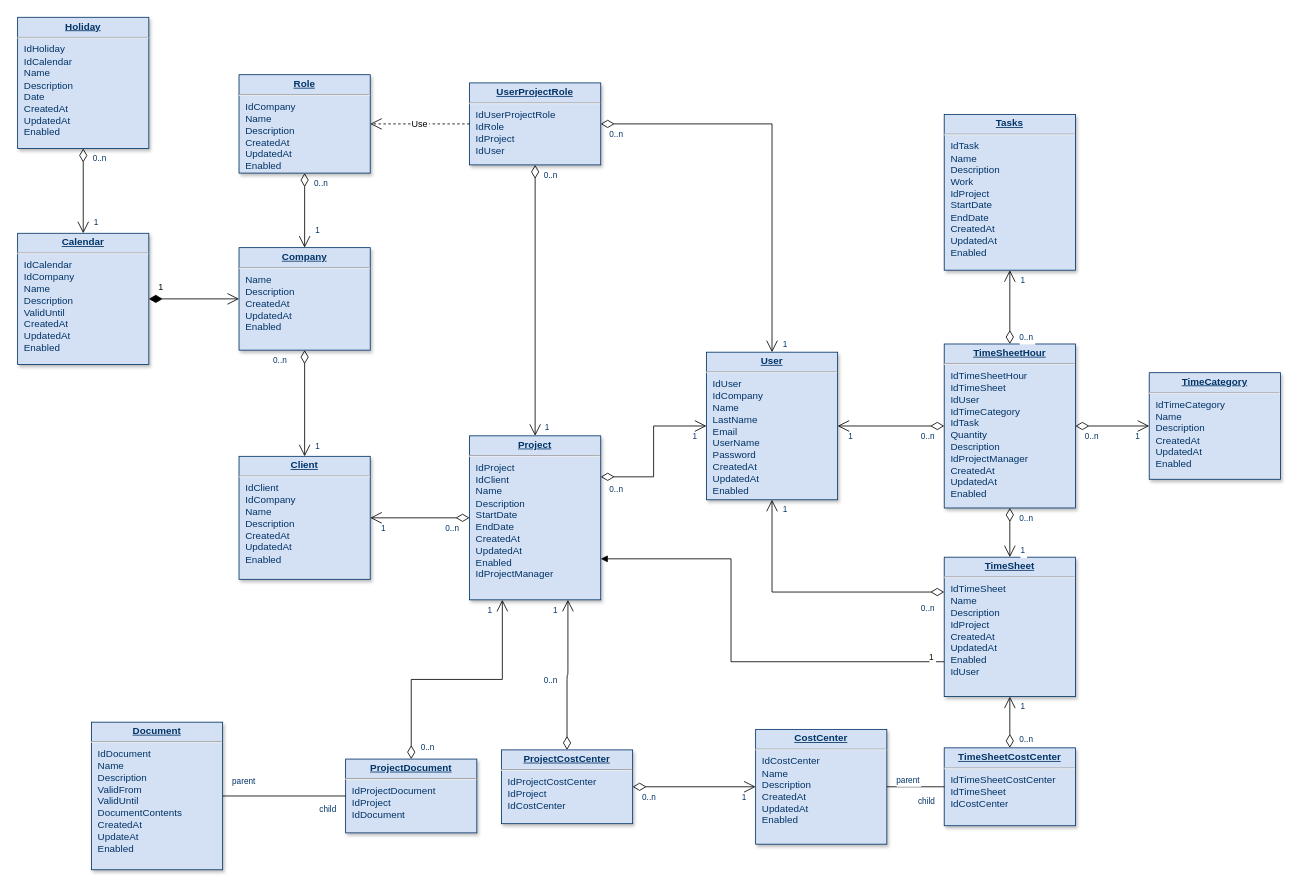
Above: Untitled Diagram.drawio in tomiivazqueznwn12/database_platzi (draw.io), before the change. Source tidied: cells renumbered, new cells numbered last; positions are measured from the earlier drawing's top-left corner, leaving out a move shared by most shapes. Both pictures are drawn from the tidied source at 82%, with x=0, y=0 at pixel (17, 17).
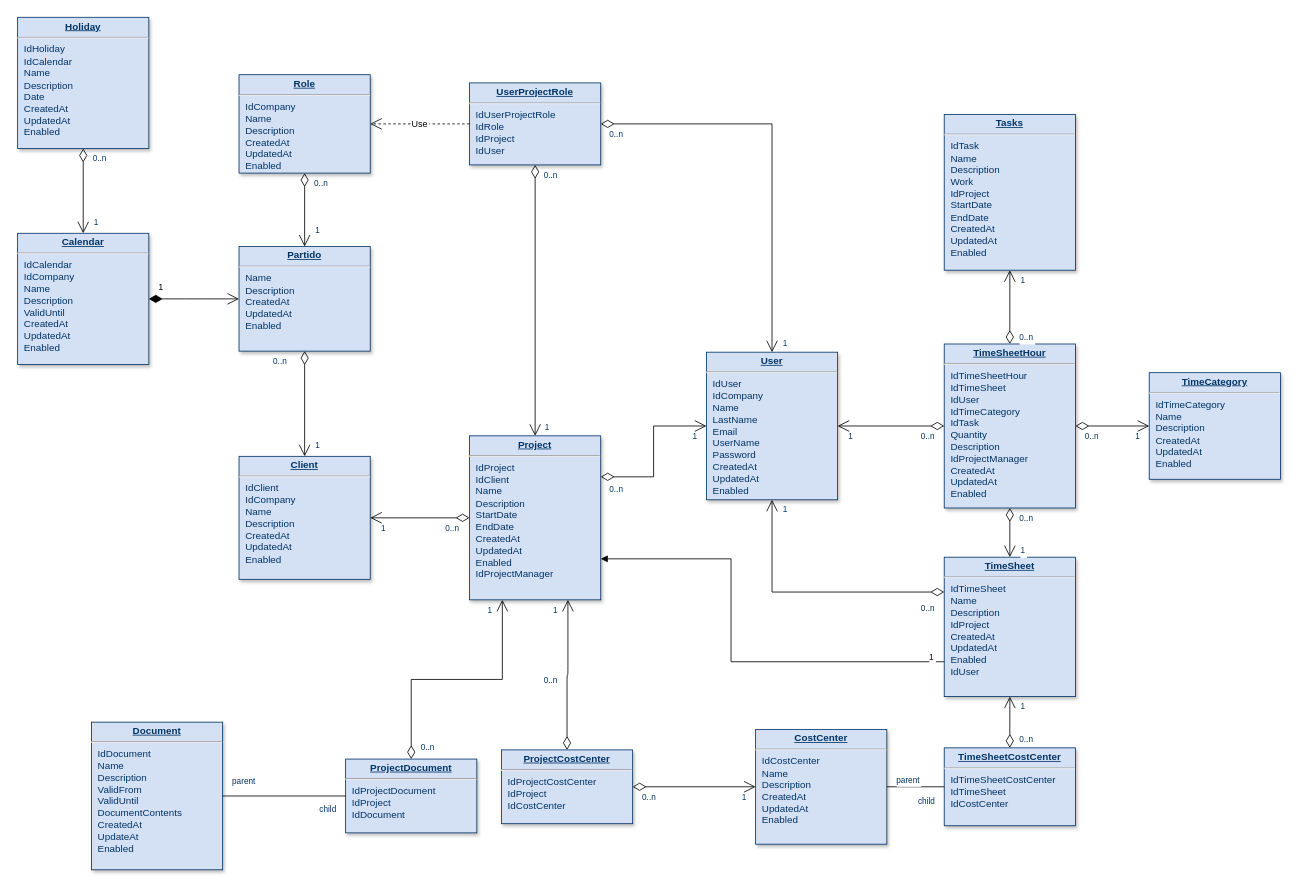
After the change.

Change to the diagram source:
```diff
@@
-    <mxCell id="3" value="&lt;p style=&quot;margin: 0px; margin-top: 4px; text-align: center; text-decoration: underline;&quot;&gt;&lt;strong&gt;Company&lt;/strong&gt;&lt;/p&gt;&lt;hr /&gt;&lt;p style=&quot;margin: 0px; margin-left: 8px;&quot;&gt;Name&lt;/p&gt;&lt;p style=&quot;margin: 0px; margin-left: 8px;&quot;&gt;Description&lt;/p&gt;&lt;p style=&quot;margin: 0px; margin-left: 8px;&quot;&gt;CreatedAt&lt;/p&gt;&lt;p style=&quot;margin: 0px; margin-left: 8px;&quot;&gt;UpdatedAt&lt;/p&gt;&lt;p style=&quot;margin: 0px; margin-left: 8px;&quot;&gt;Enabled&lt;/p&gt;" style="verticalAlign=top;align=left;overflow=fill;fontSize=12;fontFamily=Helvetica;html=1;strokeColor=#003366;shadow=1;fillColor=#D4E1F5;fontColor=#003366;" parent="1" vertex="1">
-      <mxGeometry x="270" y="280.5" width="160" height="125" as="geometry" />
+    <mxCell id="3" value="&lt;p style=&quot;margin: 0px ; margin-top: 4px ; text-align: center ; text-decoration: underline&quot;&gt;&lt;b&gt;Partido&lt;/b&gt;&lt;/p&gt;&lt;hr&gt;&lt;p style=&quot;margin: 0px ; margin-left: 8px&quot;&gt;Name&lt;/p&gt;&lt;p style=&quot;margin: 0px ; margin-left: 8px&quot;&gt;Description&lt;/p&gt;&lt;p style=&quot;margin: 0px ; margin-left: 8px&quot;&gt;CreatedAt&lt;/p&gt;&lt;p style=&quot;margin: 0px ; margin-left: 8px&quot;&gt;UpdatedAt&lt;/p&gt;&lt;p style=&quot;margin: 0px ; margin-left: 8px&quot;&gt;Enabled&lt;/p&gt;" style="verticalAlign=top;align=left;overflow=fill;fontSize=12;fontFamily=Helvetica;html=1;strokeColor=#003366;shadow=1;fillColor=#D4E1F5;fontColor=#003366;" parent="1" vertex="1">
+      <mxGeometry x="270" y="279.2" width="160" height="127.5" as="geometry" />
     </mxCell>
```
